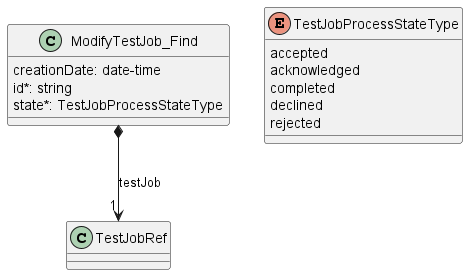
This is documentation/serviceApi/sft/serviceTest/media/useCase11Model.png from MEF-GIT/MEF-LSO-Legato-SDK, a PlantUML export, as it was before one commit. The source it was exported from:
```plantuml
@startuml useCase11Model

class ModifyTestJob_Find {

    creationDate: date-time
    id*: string
    state*: TestJobProcessStateType
}

ModifyTestJob_Find *-->"1" TestJobRef : testJob

enum TestJobProcessStateType {
    accepted
    acknowledged
    completed
    declined
    rejected
}

@enduml
```
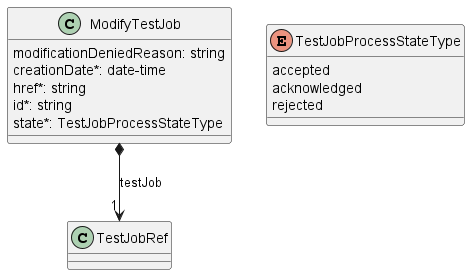
The same file after the commit.

Change to the diagram source:
```diff
@@ -1,19 +1,21 @@
 @startuml useCase11Model
 
-class ModifyTestJob_Find {
+class ModifyTestJob {
 
-    creationDate: date-time
+    modificationDeniedReason: string
+    creationDate*: date-time
+    href*: string
     id*: string
     state*: TestJobProcessStateType
 }
 
-ModifyTestJob_Find *-->"1" TestJobRef : testJob
+ModifyTestJob *-->"1" TestJobRef : testJob
+
 
 enum TestJobProcessStateType {
+
     accepted
     acknowledged
-    completed
-    declined
     rejected
 }
 
```
